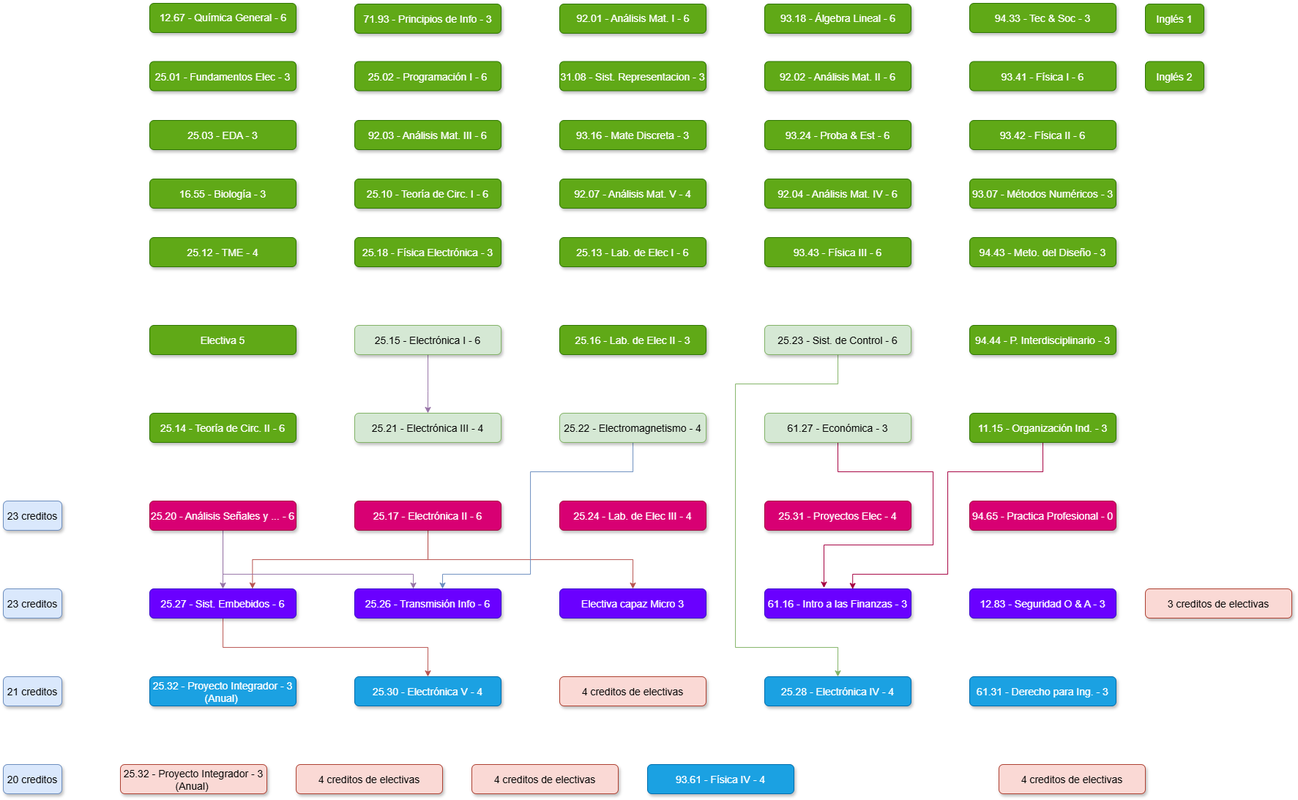
This is K22.drawio.png from juanipla/K22, a draw.io export, as it was before one commit. Source tidied: cells renumbered, new cells last; positions are measured from the earlier drawing's top-left corner, leaving out a move shared by most shapes.
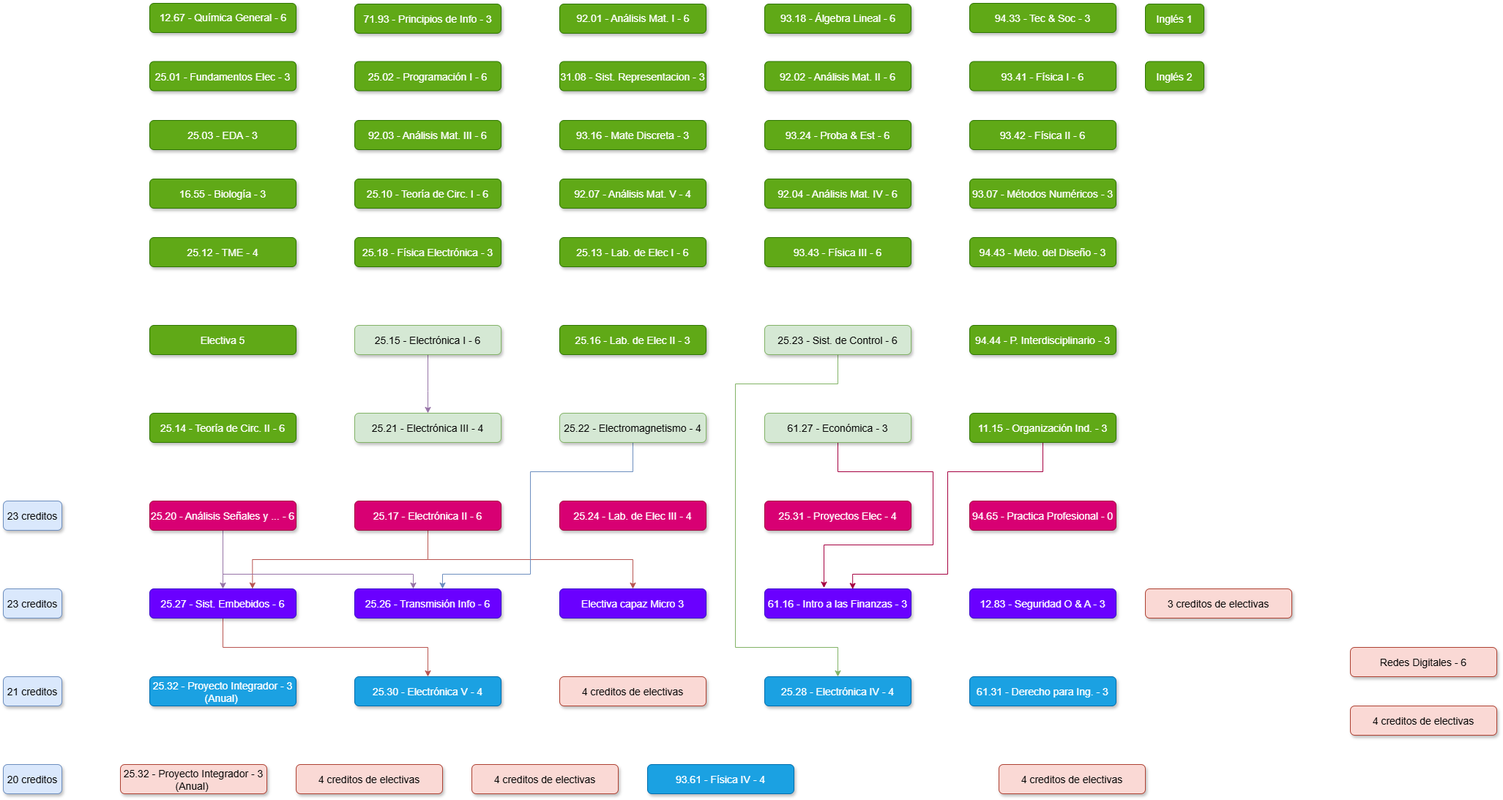
After the commit.

Change to the diagram source:
```diff
@@ -272,5 +272,11 @@
     <mxCell id="73" value="20 creditos" style="rounded=1;fillColor=#dae8fc;strokeColor=#6c8ebf;shadow=1;fontStyle=0;fontSize=14;labelBorderColor=none;labelBackgroundColor=none;verticalAlign=middle;" parent="1" vertex="1">
       <mxGeometry y="1040" width="80" height="40" as="geometry" />
     </mxCell>
+    <mxCell id="74" value="Redes Digitales - 6" style="rounded=1;fillColor=#fad9d5;strokeColor=#ae4132;shadow=1;fontStyle=0;fontSize=14;labelBorderColor=none;labelBackgroundColor=none;verticalAlign=middle;" parent="1" vertex="1">
+      <mxGeometry x="1840" y="880" width="200" height="40" as="geometry" />
+    </mxCell>
+    <mxCell id="75" value="4 creditos de electivas" style="rounded=1;fillColor=#fad9d5;strokeColor=#ae4132;shadow=1;fontStyle=0;fontSize=14;labelBorderColor=none;labelBackgroundColor=none;verticalAlign=middle;" parent="1" vertex="1">
+      <mxGeometry x="1840" y="960" width="200" height="40" as="geometry" />
+    </mxCell>
   </root>
 </mxGraphModel>
```
